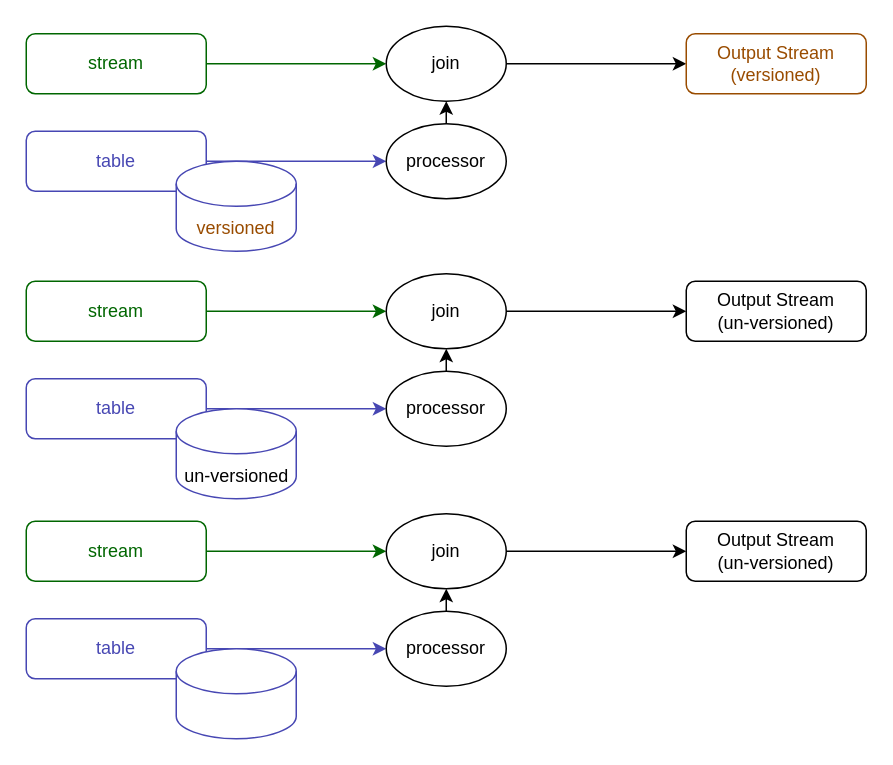
Before: drawio/kafka/kafka-streams-versioned-state-store-10.drawio in windowforsun/blog, a draw.io diagram. Source tidied: cells renumbered, new cells numbered last; positions are measured from the earlier drawing's top-left corner, leaving out a move shared by most shapes. Both pictures are drawn from the tidied source at 150%, with x=0, y=0 at pixel (26, 26).
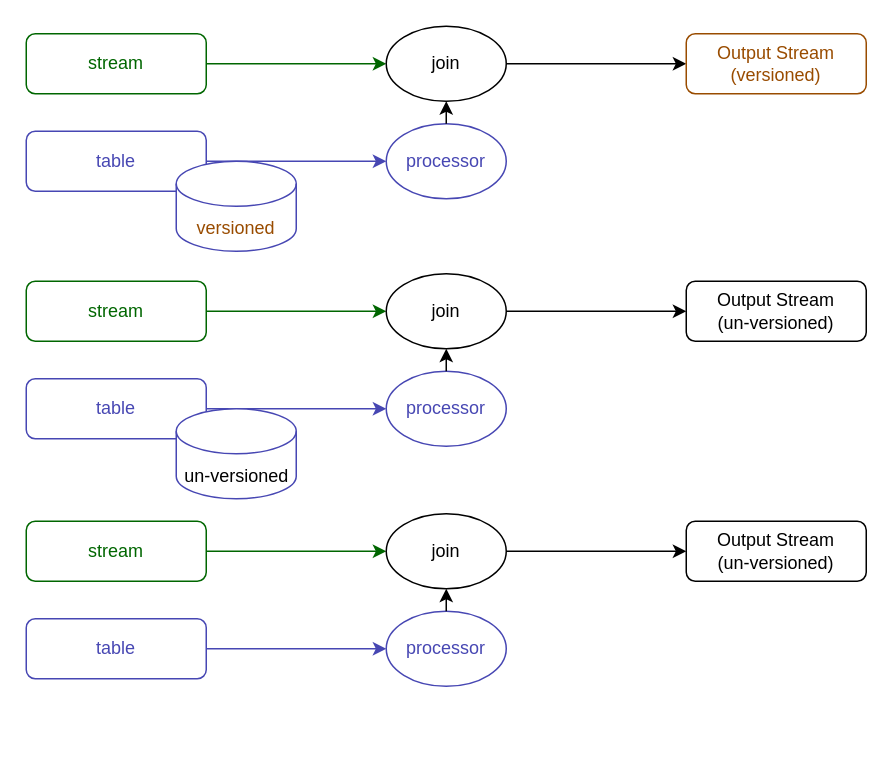
After the change.

What changed in the source:
```diff
@@
-    <mxCell id="11" value="processor" style="ellipse;whiteSpace=wrap;html=1;strokeColor=#000000;" parent="1" vertex="1">
+    <mxCell id="11" value="processor" style="ellipse;whiteSpace=wrap;html=1;strokeColor=#4747B3;fontColor=#4747B3;" parent="1" vertex="1">
       <mxGeometry x="240" y="65" width="80" height="50" as="geometry" />
     </mxCell>
@@
-    <mxCell id="22" value="processor" style="ellipse;whiteSpace=wrap;html=1;strokeColor=#000000;" parent="1" vertex="1">
+    <mxCell id="22" value="processor" style="ellipse;whiteSpace=wrap;html=1;strokeColor=#4747B3;fontColor=#4747B3;" parent="1" vertex="1">
       <mxGeometry x="240" y="230" width="80" height="50" as="geometry" />
     </mxCell>
@@
-    <mxCell id="31" style="shape=cylinder3;whiteSpace=wrap;html=1;boundedLbl=1;backgroundOutline=1;size=15;strokeColor=#4747B3;" parent="1" vertex="1">
-      <mxGeometry x="100" y="415" width="80" height="60" as="geometry" />
-    </mxCell>
-    <mxCell id="32" value="processor" style="ellipse;whiteSpace=wrap;html=1;strokeColor=#000000;" parent="1" vertex="1">
+    <mxCell id="32" value="processor" style="ellipse;whiteSpace=wrap;html=1;strokeColor=#4747B3;fontColor=#4747B3;" parent="1" vertex="1">
       <mxGeometry x="240" y="390" width="80" height="50" as="geometry" />
     </mxCell>
```
